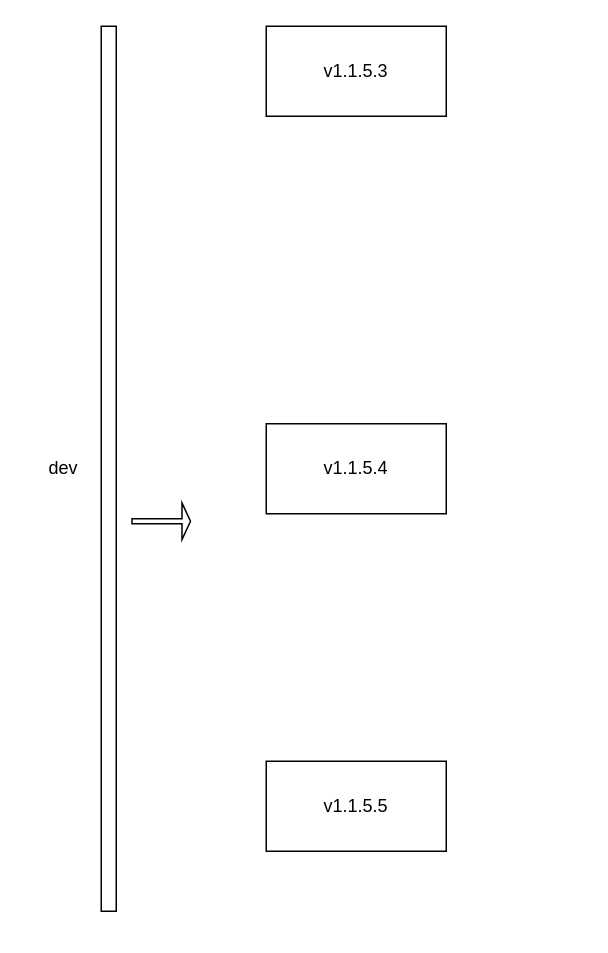
Before: DML变更.drawio in Snuger/draw, a draw.io diagram. Source tidied: cells renumbered, new cells numbered last; positions are measured from the earlier drawing's top-left corner, leaving out a move shared by most shapes. Both pictures are drawn from the tidied source at 150%, with x=0, y=0 at pixel (26, 26).
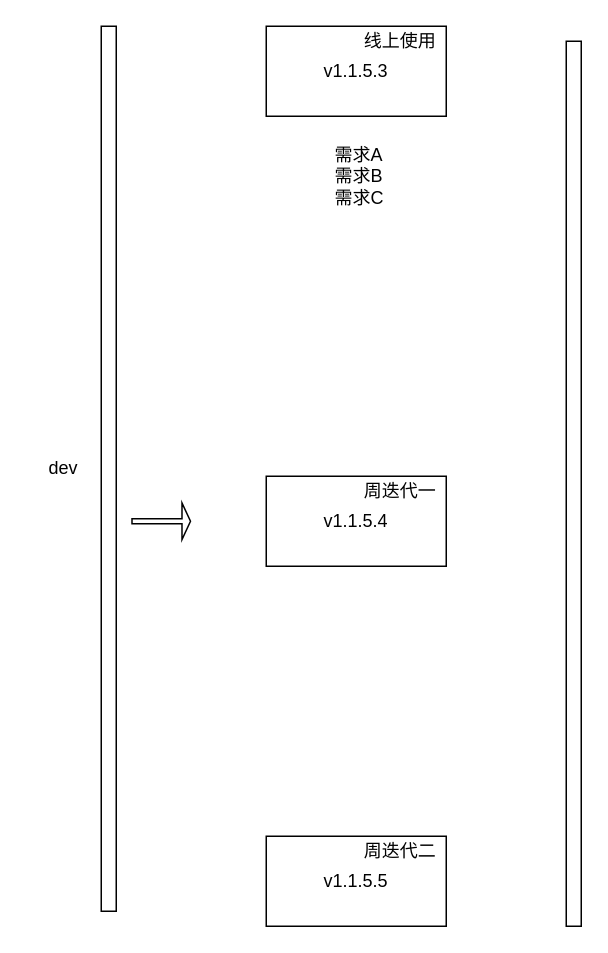
The same diagram, later.

Change to the diagram source:
```diff
@@
 <mxGraphModel>
   <root>
     <mxCell id="0" />
     <mxCell id="1" parent="0" />
     <mxCell id="2" style="rounded=0;whiteSpace=wrap;html=1;" parent="1" vertex="1">
       <mxGeometry x="50" width="10" height="590" as="geometry" />
     </mxCell>
     <mxCell id="3" value="dev" style="text;html=1;align=center;verticalAlign=middle;whiteSpace=wrap;rounded=0;" parent="1" vertex="1">
       <mxGeometry y="280" width="50" height="30" as="geometry" />
     </mxCell>
     <mxCell id="4" style="shape=flexArrow;endArrow=classic;html=1;rounded=0;width=3.3333333333333335;endSize=1.5583333333333336;" parent="1" edge="1">
       <mxGeometry relative="1" as="geometry">
         <mxPoint x="70" y="330" as="sourcePoint" />
         <mxPoint x="110" y="330" as="targetPoint" />
       </mxGeometry>
     </mxCell>
     <mxCell id="5" value="v1.1.5.3" style="rounded=0;whiteSpace=wrap;html=1;" parent="1" vertex="1">
       <mxGeometry x="160" width="120" height="60" as="geometry" />
     </mxCell>
     <mxCell id="6" value="v1.1.5.4" style="rounded=0;whiteSpace=wrap;html=1;" parent="1" vertex="1">
-      <mxGeometry x="160" y="265" width="120" height="60" as="geometry" />
+      <mxGeometry x="160" y="300" width="120" height="60" as="geometry" />
     </mxCell>
     <mxCell id="7" value="v1.1.5.5" style="rounded=0;whiteSpace=wrap;html=1;" parent="1" vertex="1">
-      <mxGeometry x="160" y="490" width="120" height="60" as="geometry" />
+      <mxGeometry x="160" y="540" width="120" height="60" as="geometry" />
     </mxCell>
+    <mxCell id="8" value="线上使用" style="text;html=1;align=center;verticalAlign=middle;whiteSpace=wrap;rounded=0;" parent="1" vertex="1">
+      <mxGeometry x="219" width="61" height="20" as="geometry" />
+    </mxCell>
+    <mxCell id="9" value="周迭代一" style="text;html=1;align=center;verticalAlign=middle;whiteSpace=wrap;rounded=0;" parent="1" vertex="1">
+      <mxGeometry x="219" y="300" width="61" height="20" as="geometry" />
+    </mxCell>
+    <mxCell id="10" value="周迭代二" style="text;html=1;align=center;verticalAlign=middle;whiteSpace=wrap;rounded=0;" parent="1" vertex="1">
+      <mxGeometry x="219" y="540" width="61" height="20" as="geometry" />
+    </mxCell>
+    <mxCell id="11" style="rounded=0;whiteSpace=wrap;html=1;" parent="1" vertex="1">
+      <mxGeometry x="360" y="10" width="10" height="590" as="geometry" />
+    </mxCell>
+    <mxCell id="12" value="需求A&lt;div&gt;需求B&lt;/div&gt;&lt;div&gt;需求C&lt;/div&gt;" style="text;strokeColor=none;fillColor=none;align=left;verticalAlign=middle;spacingLeft=4;spacingRight=4;overflow=hidden;whiteSpace=wrap;html=1;" parent="1" vertex="1">
+      <mxGeometry x="200" y="70" width="80" height="60" as="geometry" />
+    </mxCell>
   </root>
 </mxGraphModel>
```
